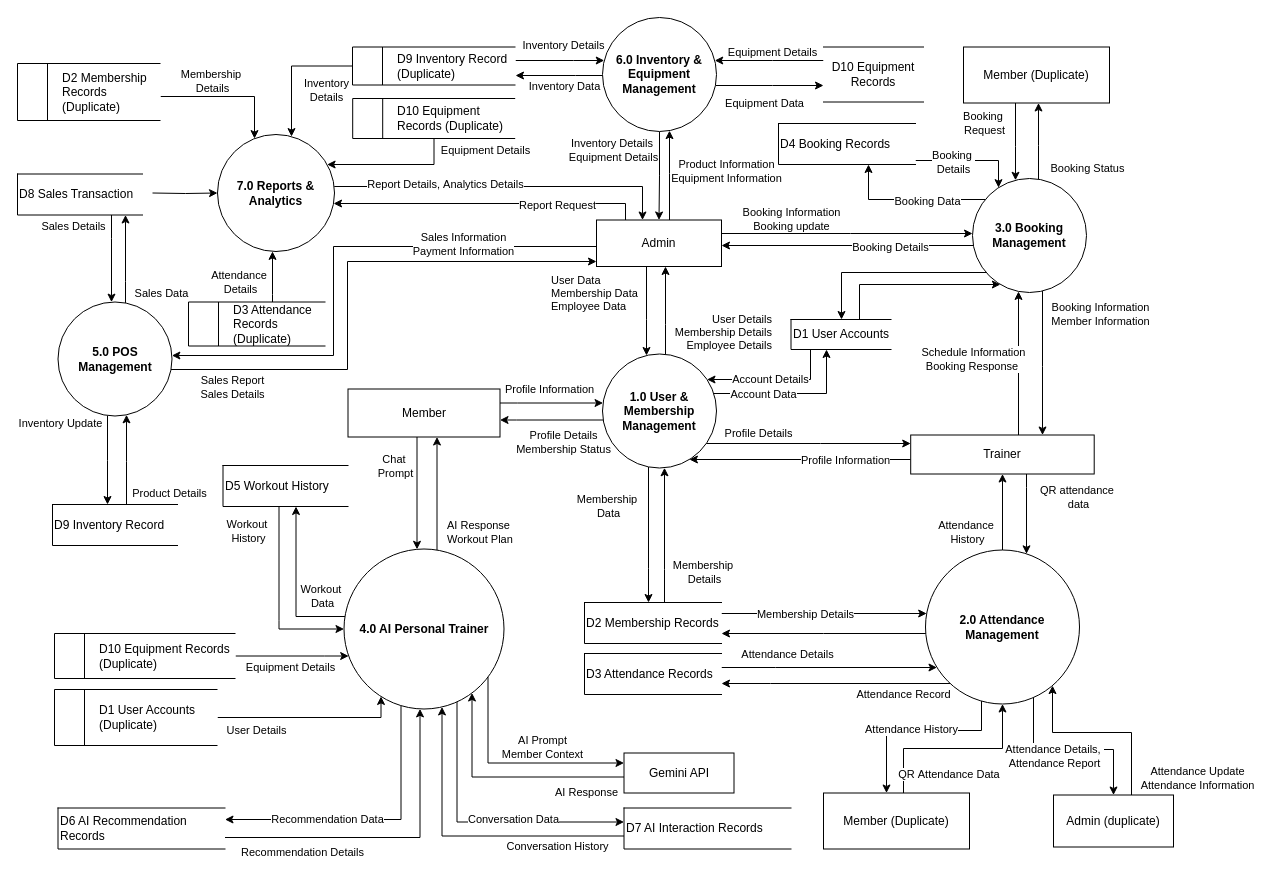
Above: page "Dataflow Diagram lvl 1" (3 of 4) of Dataflow diagram.drawio in xelfus23/draw-io (draw.io), before the change. Source tidied: cells renumbered, new cells numbered last; positions are measured from the earlier drawing's top-left corner, leaving out a move shared by most shapes. Both pictures are drawn from the tidied source at 100%, with x=0, y=0 at pixel (17, 17).
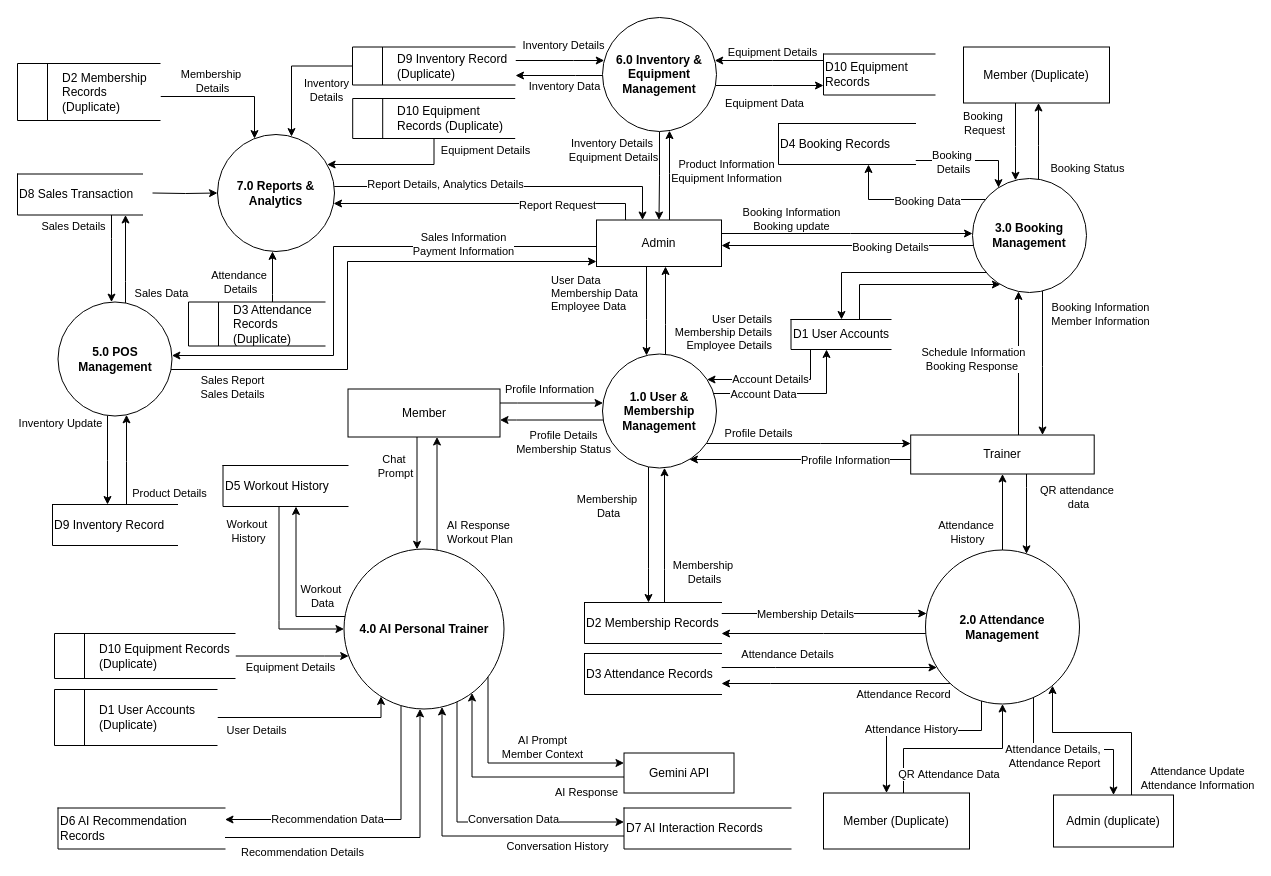
The same page after the edit.

The change refers to these unchanged cells:
```xml
<mxCell id="54" value="&lt;b&gt;6.0 Inventory &amp;amp; Equipment Management&lt;/b&gt;" style="ellipse;whiteSpace=wrap;html=1;" parent="1" vertex="1">
  <mxGeometry x="585" width="114" height="114" as="geometry" />
</mxCell>
```

Change to the diagram source:
```diff
@@
-    <mxCell id="52" style="edgeStyle=orthogonalEdgeStyle;rounded=0;jettySize=auto;html=1;" parent="1" edge="1" source="54" target="146">
+    <mxCell id="52" style="edgeStyle=orthogonalEdgeStyle;rounded=0;jettySize=auto;html=1;" parent="1" edge="1" source="54">
       <mxGeometry relative="1" as="geometry">
+        <mxPoint x="806" y="68" as="targetPoint" />
         <Array as="points">
           <mxPoint x="755" y="68" />
           <mxPoint x="755" y="68" />
         </Array>
       </mxGeometry>
     </mxCell>
@@
-    <mxCell id="119" style="rounded=0;jettySize=auto;html=1;edgeStyle=orthogonalEdgeStyle;" parent="1" edge="1" source="146" target="54">
+    <mxCell id="119" style="rounded=0;jettySize=auto;html=1;edgeStyle=orthogonalEdgeStyle;" parent="1" edge="1" target="54">
       <mxGeometry relative="1" as="geometry">
+        <mxPoint x="806" y="43" as="sourcePoint" />
         <Array as="points">
           <mxPoint x="755" y="43" />
           <mxPoint x="755" y="43" />
         </Array>
       </mxGeometry>
     </mxCell>
@@
-    <mxCell id="146" value="D10 Equipment Records" style="html=1;dashed=0;whiteSpace=wrap;shape=partialRectangle;right=0;left=0;" parent="1" vertex="1">
-      <mxGeometry x="806" y="29.5" width="100" height="55" as="geometry" />
-    </mxCell>
@@
+    <mxCell id="146" value="&lt;span style=&quot;text-align: center;&quot;&gt;D10 Equipment Records&lt;/span&gt;" style="html=1;dashed=0;whiteSpace=wrap;shape=partialRectangle;right=0;align=left;" parent="1" vertex="1">
+      <mxGeometry x="806" y="36.5" width="111.5" height="41" as="geometry" />
+    </mxCell>
```
